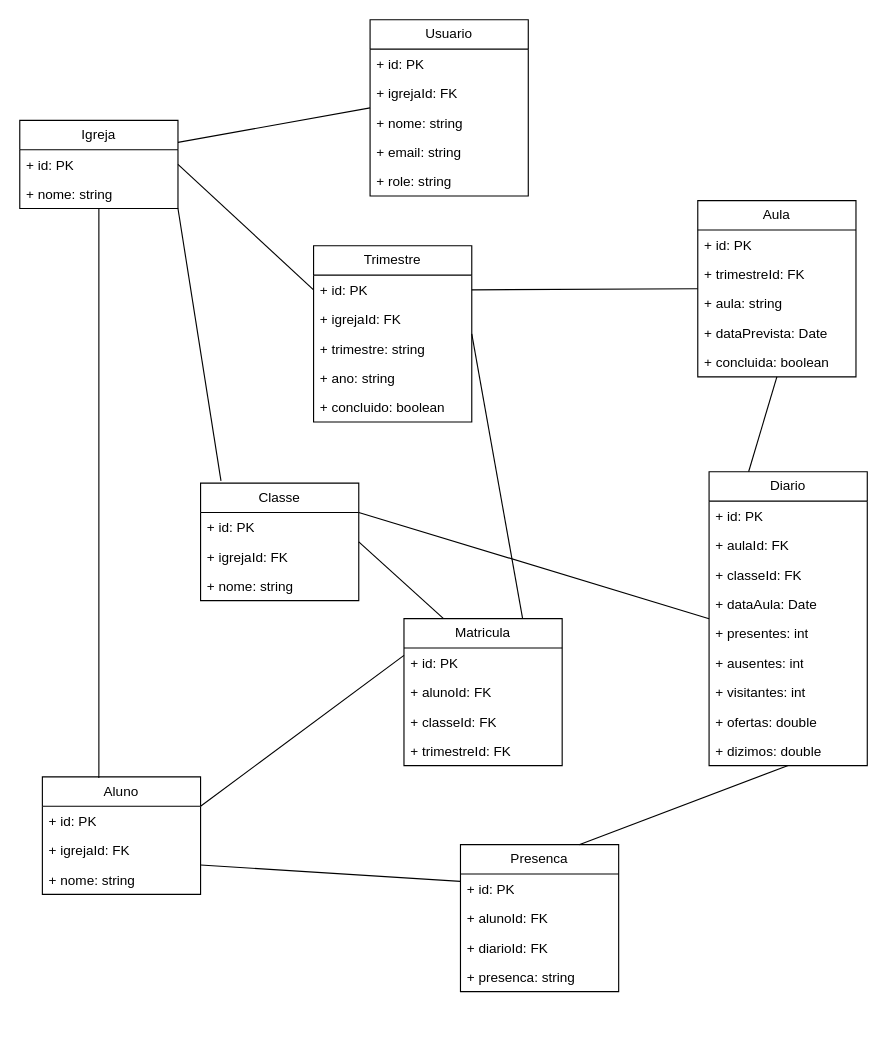
This is page "Modelo de dados" (3 of 3) of EBD.drawio from gelira/ebd, a draw.io file, before an edit. Source tidied: cells renumbered, new cells numbered last; positions are measured from the earlier drawing's top-left corner, leaving out a move shared by most shapes. Both pictures are drawn from the tidied source at 113%, with x=0, y=0 at pixel (19, 19).
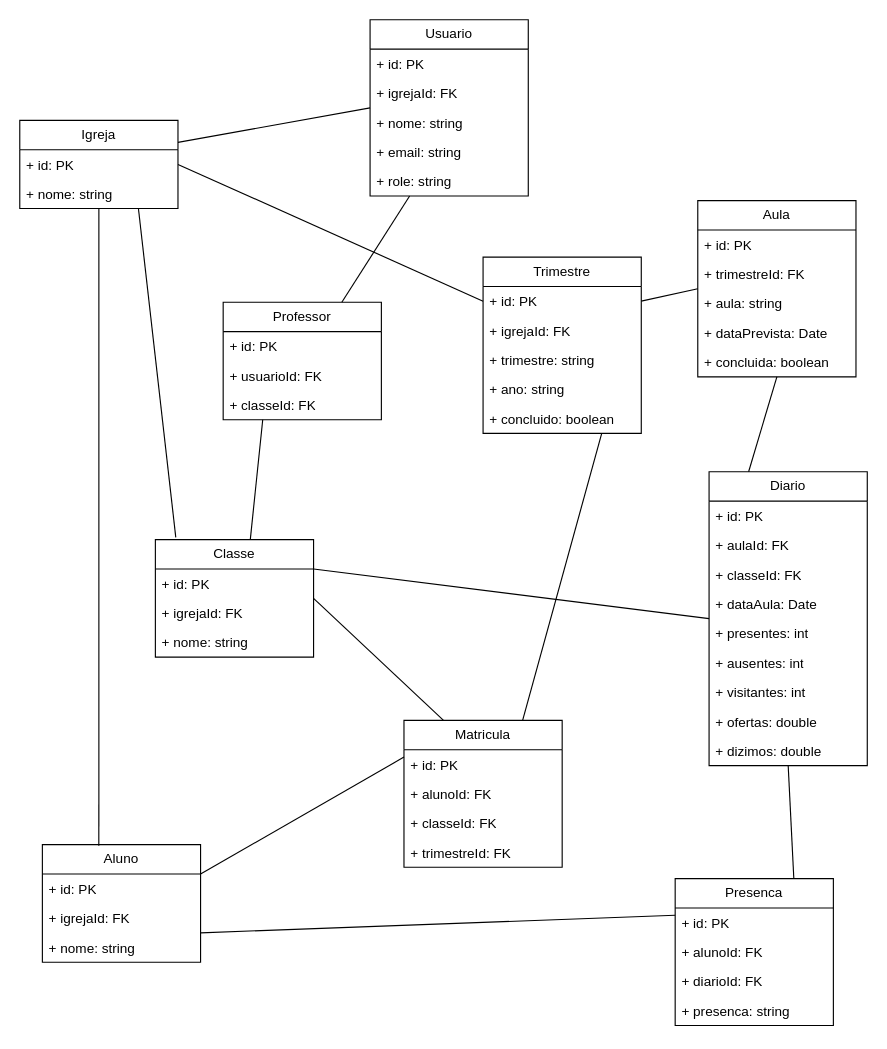
The same diagram, later.

Commit message:
chore: professor data model

The change refers to these unchanged cells:
```xml
<mxCell id="7" value="Igreja" style="swimlane;fontStyle=0;horizontal=1;startSize=26;fillColor=none;whiteSpace=wrap;html=1;" parent="1" vertex="1">
  <mxGeometry y="89" width="140" height="78" as="geometry" />
</mxCell>
<mxCell id="57" value="Usuario" style="swimlane;fontStyle=0;horizontal=1;startSize=26;fillColor=none;whiteSpace=wrap;html=1;" parent="1" vertex="1">
  <mxGeometry x="310" width="140" height="156" as="geometry" />
</mxCell>
```

Diff of the diagram source:
```diff
@@
     <mxCell id="2" value="Aluno" style="swimlane;fontStyle=0;horizontal=1;startSize=26;fillColor=none;whiteSpace=wrap;html=1;shadow=0;" parent="1" vertex="1">
-      <mxGeometry x="20" y="670" width="140" height="104" as="geometry" />
+      <mxGeometry x="20" y="730" width="140" height="104" as="geometry" />
     </mxCell>
@@
     <mxCell id="10" value="Classe" style="swimlane;fontStyle=0;horizontal=1;startSize=26;fillColor=none;whiteSpace=wrap;html=1;" parent="1" vertex="1">
-      <mxGeometry x="160" y="410" width="140" height="104" as="geometry" />
+      <mxGeometry x="120" y="460" width="140" height="104" as="geometry" />
     </mxCell>
@@
     <mxCell id="15" value="Trimestre" style="swimlane;fontStyle=0;horizontal=1;startSize=26;fillColor=none;whiteSpace=wrap;html=1;" parent="1" vertex="1">
-      <mxGeometry x="260" y="200" width="140" height="156" as="geometry" />
+      <mxGeometry x="410" y="210" width="140" height="156" as="geometry" />
     </mxCell>
@@
-    <mxCell id="22" style="rounded=0;jettySize=auto;html=1;exitX=1;exitY=1;exitDx=0;exitDy=0;entryX=0.129;entryY=-0.019;entryDx=0;entryDy=0;entryPerimeter=0;endArrow=none;startFill=0;" parent="1" edge="1" source="7" target="10">
+    <mxCell id="22" style="rounded=0;jettySize=auto;html=1;exitX=0.75;exitY=1;exitDx=0;exitDy=0;entryX=0.129;entryY=-0.019;entryDx=0;entryDy=0;entryPerimeter=0;endArrow=none;startFill=0;" parent="1" edge="1" source="7" target="10">
       <mxGeometry relative="1" as="geometry" />
     </mxCell>
@@
-    <mxCell id="25" style="rounded=0;jettySize=auto;html=1;exitX=0.75;exitY=0;exitDx=0;exitDy=0;entryX=1;entryY=0.5;entryDx=0;entryDy=0;endArrow=none;startFill=0;" parent="1" edge="1" source="26" target="15">
+    <mxCell id="25" style="rounded=0;jettySize=auto;html=1;exitX=0.75;exitY=0;exitDx=0;exitDy=0;entryX=0.75;entryY=1;entryDx=0;entryDy=0;endArrow=none;startFill=0;" parent="1" edge="1" source="26" target="15">
       <mxGeometry relative="1" as="geometry" />
     </mxCell>
     <mxCell id="26" value="Matricula" style="swimlane;fontStyle=0;horizontal=1;startSize=26;fillColor=none;whiteSpace=wrap;html=1;" parent="1" vertex="1">
-      <mxGeometry x="340" y="530" width="140" height="130" as="geometry" />
+      <mxGeometry x="340" y="620" width="140" height="130" as="geometry" />
     </mxCell>
@@
     <mxCell id="51" value="Presenca" style="swimlane;fontStyle=0;horizontal=1;startSize=26;fillColor=none;whiteSpace=wrap;html=1;" parent="1" vertex="1">
-      <mxGeometry x="390" y="730" width="140" height="130" as="geometry" />
+      <mxGeometry x="580" y="760" width="140" height="130" as="geometry" />
     </mxCell>
@@
+    <mxCell id="63" style="rounded=0;jettySize=auto;html=1;exitX=0.75;exitY=0;exitDx=0;exitDy=0;entryX=0.25;entryY=1;entryDx=0;entryDy=0;endArrow=none;startFill=0;" parent="1" edge="1" source="64" target="57">
+      <mxGeometry relative="1" as="geometry" />
+    </mxCell>
+    <mxCell id="64" value="Professor" style="swimlane;fontStyle=0;horizontal=1;startSize=26;fillColor=none;whiteSpace=wrap;html=1;" parent="1" vertex="1">
+      <mxGeometry x="180" y="250" width="140" height="104" as="geometry" />
+    </mxCell>
+    <mxCell id="65" value="+ id: PK" style="text;strokeColor=none;fillColor=none;align=left;verticalAlign=top;spacingLeft=4;spacingRight=4;overflow=hidden;whiteSpace=wrap;html=1;" parent="64" vertex="1">
+      <mxGeometry y="26" width="140" height="26" as="geometry" />
+    </mxCell>
+    <mxCell id="66" value="+ usuarioId: FK" style="text;strokeColor=none;fillColor=none;align=left;verticalAlign=top;spacingLeft=4;spacingRight=4;overflow=hidden;whiteSpace=wrap;html=1;" parent="64" vertex="1">
+      <mxGeometry y="52" width="140" height="26" as="geometry" />
+    </mxCell>
+    <mxCell id="67" value="+ classeId: FK" style="text;strokeColor=none;fillColor=none;align=left;verticalAlign=top;spacingLeft=4;spacingRight=4;overflow=hidden;whiteSpace=wrap;html=1;" parent="64" vertex="1">
+      <mxGeometry y="78" width="140" height="26" as="geometry" />
+    </mxCell>
+    <mxCell id="68" style="rounded=0;jettySize=auto;html=1;exitX=0.25;exitY=1;exitDx=0;exitDy=0;entryX=0.6;entryY=0;entryDx=0;entryDy=0;entryPerimeter=0;endArrow=none;startFill=0;" parent="1" edge="1" source="64" target="10">
+      <mxGeometry relative="1" as="geometry" />
+    </mxCell>
```
